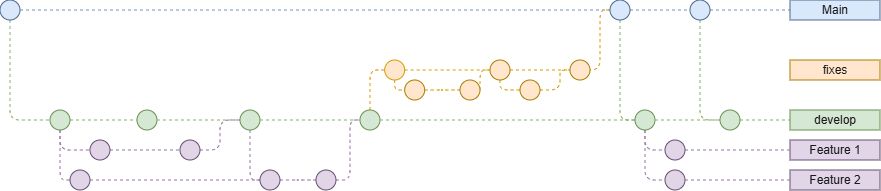
mouadismaili/Rapport_Projet_ZZ2_F2 keeps this draw.io diagram as images/gitnew.png. Above is the earlier version. Source tidied: cells renumbered, new cells last; positions are measured from the earlier drawing's top-left corner, leaving out a move shared by most shapes. The source it was exported from:
```xml
<mxGraphModel>
  <root>
    <mxCell id="0" />
    <mxCell id="1" parent="0" />
    <mxCell id="2" style="endArrow=none;dashed=1;html=1;fillColor=#dae8fc;strokeColor=#6c8ebf;" parent="1" edge="1" source="7" target="5">
      <mxGeometry relative="1" as="geometry" />
    </mxCell>
    <mxCell id="3" style="edgeStyle=orthogonalEdgeStyle;rounded=1;jettySize=auto;html=1;dashed=1;endArrow=none;endFill=0;fillColor=#d5e8d4;strokeColor=#82b366;" parent="1" edge="1" source="4" target="12">
      <mxGeometry relative="1" as="geometry">
        <Array as="points">
          <mxPoint x="10" y="120" />
        </Array>
      </mxGeometry>
    </mxCell>
    <mxCell id="4" style="ellipse;whiteSpace=wrap;html=1;fillColor=#dae8fc;strokeColor=#4E668A;fontStyle=1;labelPosition=center;verticalLabelPosition=top;align=center;verticalAlign=bottom;fontColor=#4E668A;" parent="1" vertex="1">
      <mxGeometry width="20" height="20" as="geometry" />
    </mxCell>
    <mxCell id="5" value="Main" style="text;html=1;strokeColor=#4E668A;fillColor=#dae8fc;align=center;verticalAlign=middle;whiteSpace=wrap;rounded=0;fontColor=#1A1A1A;" parent="1" vertex="1">
      <mxGeometry x="790" width="90" height="20" as="geometry" />
    </mxCell>
    <mxCell id="6" style="edgeStyle=orthogonalEdgeStyle;rounded=1;jettySize=auto;html=1;dashed=1;endArrow=none;endFill=0;fontSize=12;fontColor=#FFB570;fillColor=#d5e8d4;strokeColor=#82b366;entryX=0;entryY=0.5;entryDx=0;entryDy=0;exitX=0.5;exitY=1;exitDx=0;exitDy=0;" parent="1" edge="1" source="7" target="51">
      <mxGeometry relative="1" as="geometry">
        <Array as="points">
          <mxPoint x="700" y="120" />
        </Array>
      </mxGeometry>
    </mxCell>
    <mxCell id="7" style="ellipse;whiteSpace=wrap;html=1;fillColor=#dae8fc;strokeColor=#4E668A;fontStyle=1;labelPosition=center;verticalLabelPosition=top;align=center;verticalAlign=bottom;fontColor=#4E668A;" parent="1" vertex="1">
      <mxGeometry x="690" width="20" height="20" as="geometry" />
    </mxCell>
    <mxCell id="8" style="endArrow=none;dashed=1;html=1;fillColor=#dae8fc;strokeColor=#6c8ebf;" parent="1" edge="1" source="23" target="7">
      <mxGeometry relative="1" as="geometry" />
    </mxCell>
    <mxCell id="9" style="edgeStyle=orthogonalEdgeStyle;rounded=1;jettySize=auto;html=1;dashed=1;endArrow=none;endFill=0;fillColor=#d5e8d4;strokeColor=#82b366;" parent="1" edge="1" source="51" target="13">
      <mxGeometry relative="1" as="geometry" />
    </mxCell>
    <mxCell id="10" style="edgeStyle=orthogonalEdgeStyle;rounded=1;jettySize=auto;html=1;dashed=1;endArrow=none;endFill=0;fontSize=10;fontColor=#FFB570;fillColor=#e1d5e7;strokeColor=#9673a6;" parent="1" edge="1" source="12" target="60">
      <mxGeometry relative="1" as="geometry">
        <Array as="points">
          <mxPoint x="60" y="130" />
        </Array>
      </mxGeometry>
    </mxCell>
    <mxCell id="11" style="edgeStyle=orthogonalEdgeStyle;rounded=1;jettySize=auto;html=1;dashed=1;endArrow=none;endFill=0;fontSize=12;fontColor=#FFB570;fillColor=#e1d5e7;strokeColor=#9673a6;" parent="1" edge="1" source="12" target="34">
      <mxGeometry relative="1" as="geometry">
        <Array as="points">
          <mxPoint x="60" y="180" />
        </Array>
      </mxGeometry>
    </mxCell>
    <mxCell id="12" style="ellipse;whiteSpace=wrap;html=1;fillColor=#d5e8d4;strokeColor=#688F51;" parent="1" vertex="1">
      <mxGeometry x="50" y="110" width="20" height="20" as="geometry" />
    </mxCell>
    <mxCell id="13" value="develop" style="text;html=1;strokeColor=#688F51;fillColor=#d5e8d4;align=center;verticalAlign=middle;whiteSpace=wrap;rounded=0;fontColor=#1A1A1A;" parent="1" vertex="1">
      <mxGeometry x="790" y="110" width="90" height="20" as="geometry" />
    </mxCell>
    <mxCell id="14" style="ellipse;whiteSpace=wrap;html=1;fillColor=#d5e8d4;strokeColor=#688F51;" parent="1" vertex="1">
      <mxGeometry x="137" y="110" width="20" height="20" as="geometry" />
    </mxCell>
    <mxCell id="15" style="edgeStyle=orthogonalEdgeStyle;rounded=1;jettySize=auto;html=1;dashed=1;endArrow=none;endFill=0;fillColor=#d5e8d4;strokeColor=#82b366;" parent="1" edge="1" source="12" target="14">
      <mxGeometry relative="1" as="geometry" />
    </mxCell>
    <mxCell id="16" style="edgeStyle=orthogonalEdgeStyle;rounded=1;jettySize=auto;html=1;dashed=1;endArrow=none;endFill=0;fontSize=12;fontColor=#FFB570;fillColor=#e1d5e7;strokeColor=#9673a6;entryX=0;entryY=0.5;entryDx=0;entryDy=0;" parent="1" edge="1" source="17" target="36">
      <mxGeometry relative="1" as="geometry">
        <Array as="points">
          <mxPoint x="250" y="180" />
        </Array>
      </mxGeometry>
    </mxCell>
    <mxCell id="17" style="ellipse;whiteSpace=wrap;html=1;fillColor=#d5e8d4;strokeColor=#688F51;" parent="1" vertex="1">
      <mxGeometry x="240" y="110" width="20" height="20" as="geometry" />
    </mxCell>
    <mxCell id="18" style="edgeStyle=orthogonalEdgeStyle;rounded=1;jettySize=auto;html=1;dashed=1;endArrow=none;endFill=0;fillColor=#d5e8d4;strokeColor=#82b366;" parent="1" edge="1" source="14" target="17">
      <mxGeometry relative="1" as="geometry" />
    </mxCell>
    <mxCell id="19" style="edgeStyle=orthogonalEdgeStyle;rounded=1;jettySize=auto;html=1;dashed=1;endArrow=none;endFill=0;fontSize=10;fontColor=#FFB570;fillColor=#ffe6cc;strokeColor=#d79b00;" parent="1" edge="1" source="20" target="29">
      <mxGeometry relative="1" as="geometry">
        <Array as="points">
          <mxPoint x="370" y="70" />
        </Array>
      </mxGeometry>
    </mxCell>
    <mxCell id="20" style="ellipse;whiteSpace=wrap;html=1;fillColor=#d5e8d4;strokeColor=#688F51;" parent="1" vertex="1">
      <mxGeometry x="360" y="110" width="20" height="20" as="geometry" />
    </mxCell>
    <mxCell id="21" style="edgeStyle=orthogonalEdgeStyle;rounded=1;jettySize=auto;html=1;dashed=1;endArrow=none;endFill=0;fillColor=#d5e8d4;strokeColor=#82b366;" parent="1" edge="1" source="17" target="20">
      <mxGeometry relative="1" as="geometry" />
    </mxCell>
    <mxCell id="22" style="edgeStyle=orthogonalEdgeStyle;rounded=1;jettySize=auto;html=1;entryX=0;entryY=0.5;entryDx=0;entryDy=0;dashed=1;fillColor=#d5e8d4;strokeColor=#82b366;endArrow=none;endFill=0;" parent="1" edge="1" source="23" target="49">
      <mxGeometry relative="1" as="geometry">
        <Array as="points">
          <mxPoint x="620" y="120" />
        </Array>
      </mxGeometry>
    </mxCell>
    <mxCell id="23" style="ellipse;whiteSpace=wrap;html=1;fillColor=#dae8fc;strokeColor=#4E668A;fontStyle=1;labelPosition=center;verticalLabelPosition=top;align=center;verticalAlign=bottom;fontColor=#4E668A;" parent="1" vertex="1">
      <mxGeometry x="610" width="20" height="20" as="geometry" />
    </mxCell>
    <mxCell id="24" style="endArrow=none;dashed=1;html=1;fillColor=#dae8fc;strokeColor=#6c8ebf;" parent="1" edge="1" source="4" target="23">
      <mxGeometry relative="1" as="geometry" />
    </mxCell>
    <mxCell id="25" style="edgeStyle=orthogonalEdgeStyle;rounded=1;jettySize=auto;html=1;dashed=1;endArrow=none;endFill=0;fontSize=10;fontColor=#FFB570;fillColor=#ffe6cc;strokeColor=#d79b00;" parent="1" edge="1" source="27" target="23">
      <mxGeometry relative="1" as="geometry">
        <Array as="points">
          <mxPoint x="600" y="70" />
          <mxPoint x="600" y="10" />
        </Array>
      </mxGeometry>
    </mxCell>
    <mxCell id="26" style="edgeStyle=orthogonalEdgeStyle;rounded=1;jettySize=auto;html=1;dashed=1;endArrow=none;endFill=0;fontSize=12;fontColor=#FFB570;entryX=0;entryY=0.5;entryDx=0;entryDy=0;fillColor=#ffe6cc;strokeColor=#d79b00;" parent="1" edge="1" source="27" target="54">
      <mxGeometry relative="1" as="geometry">
        <Array as="points">
          <mxPoint x="500" y="90" />
        </Array>
      </mxGeometry>
    </mxCell>
    <mxCell id="27" style="ellipse;whiteSpace=wrap;html=1;fontSize=10;labelPosition=center;verticalLabelPosition=top;align=center;verticalAlign=bottom;fillColor=#ffe6cc;strokeColor=#AB7B00;fontColor=#AB7B00;" parent="1" vertex="1">
      <mxGeometry x="490" y="60" width="20" height="20" as="geometry" />
    </mxCell>
    <mxCell id="28" style="edgeStyle=orthogonalEdgeStyle;rounded=1;jettySize=auto;html=1;dashed=1;endArrow=none;endFill=0;fontSize=10;fontColor=#FFB570;fillColor=#ffe6cc;strokeColor=#d79b00;" parent="1" edge="1" source="29" target="27">
      <mxGeometry relative="1" as="geometry" />
    </mxCell>
    <mxCell id="29" style="ellipse;whiteSpace=wrap;html=1;fontSize=10;labelPosition=center;verticalLabelPosition=top;align=center;verticalAlign=bottom;fillColor=#ffe6cc;strokeColor=#d79b00;fontColor=#AB7B00;" parent="1" vertex="1">
      <mxGeometry x="384.7" y="60" width="20" height="20" as="geometry" />
    </mxCell>
    <mxCell id="30" value="fixes" style="text;html=1;strokeColor=#AB7B00;fillColor=#ffe6cc;align=center;verticalAlign=middle;whiteSpace=wrap;rounded=0;fontSize=12;fontColor=#1A1A1A;" parent="1" vertex="1">
      <mxGeometry x="790" y="60" width="90" height="20" as="geometry" />
    </mxCell>
    <mxCell id="31" style="edgeStyle=orthogonalEdgeStyle;rounded=1;jettySize=auto;html=1;dashed=1;endArrow=none;endFill=0;fontSize=10;fontColor=#FFB570;fillColor=#e1d5e7;strokeColor=#9673a6;" parent="1" edge="1" source="60" target="33">
      <mxGeometry relative="1" as="geometry" />
    </mxCell>
    <mxCell id="32" style="edgeStyle=orthogonalEdgeStyle;rounded=1;jettySize=auto;html=1;dashed=1;endArrow=none;endFill=0;fontSize=10;fontColor=#FFB570;fillColor=#e1d5e7;strokeColor=#9673a6;entryX=0;entryY=0.5;entryDx=0;entryDy=0;" parent="1" edge="1" source="33" target="17">
      <mxGeometry relative="1" as="geometry">
        <Array as="points">
          <mxPoint x="220" y="150" />
          <mxPoint x="220" y="120" />
        </Array>
      </mxGeometry>
    </mxCell>
    <mxCell id="33" style="ellipse;whiteSpace=wrap;html=1;fontSize=10;fillColor=#e1d5e7;strokeColor=#654E70;" parent="1" vertex="1">
      <mxGeometry x="180" y="140" width="20" height="20" as="geometry" />
    </mxCell>
    <mxCell id="34" style="ellipse;whiteSpace=wrap;html=1;fontSize=10;fillColor=#e1d5e7;strokeColor=#654E70;" parent="1" vertex="1">
      <mxGeometry x="70" y="170" width="20" height="20" as="geometry" />
    </mxCell>
    <mxCell id="35" style="edgeStyle=orthogonalEdgeStyle;rounded=1;jettySize=auto;html=1;dashed=1;endArrow=none;endFill=0;fontSize=12;fontColor=#FFB570;fillColor=#e1d5e7;strokeColor=#9673a6;" parent="1" edge="1" source="36" target="38">
      <mxGeometry relative="1" as="geometry" />
    </mxCell>
    <mxCell id="36" style="ellipse;whiteSpace=wrap;html=1;fontSize=10;fillColor=#e1d5e7;strokeColor=#654E70;" parent="1" vertex="1">
      <mxGeometry x="260" y="170" width="20" height="20" as="geometry" />
    </mxCell>
    <mxCell id="37" style="edgeStyle=orthogonalEdgeStyle;rounded=1;jettySize=auto;html=1;dashed=1;endArrow=none;endFill=0;fontSize=12;fontColor=#FFB570;fillColor=#e1d5e7;strokeColor=#9673a6;entryX=0;entryY=0.5;entryDx=0;entryDy=0;" parent="1" edge="1" source="38" target="20">
      <mxGeometry relative="1" as="geometry">
        <Array as="points">
          <mxPoint x="350" y="180" />
          <mxPoint x="350" y="120" />
        </Array>
      </mxGeometry>
    </mxCell>
    <mxCell id="38" style="ellipse;whiteSpace=wrap;html=1;fontSize=10;fillColor=#e1d5e7;strokeColor=#654E70;" parent="1" vertex="1">
      <mxGeometry x="316" y="170" width="20" height="20" as="geometry" />
    </mxCell>
    <mxCell id="39" style="edgeStyle=orthogonalEdgeStyle;rounded=1;jettySize=auto;html=1;dashed=1;endArrow=none;endFill=0;fillColor=#d5e8d4;strokeColor=#82b366;" parent="1" edge="1" source="20" target="49">
      <mxGeometry relative="1" as="geometry" />
    </mxCell>
    <mxCell id="40" value="Feature 1" style="text;html=1;strokeColor=#654E70;fillColor=#e1d5e7;align=center;verticalAlign=middle;whiteSpace=wrap;rounded=0;fontColor=#1A1A1A;" parent="1" vertex="1">
      <mxGeometry x="790" y="140" width="90" height="20" as="geometry" />
    </mxCell>
    <mxCell id="41" value="Feature 2" style="text;html=1;strokeColor=#654E70;fillColor=#e1d5e7;align=center;verticalAlign=middle;whiteSpace=wrap;rounded=0;fontColor=#1A1A1A;" parent="1" vertex="1">
      <mxGeometry x="790" y="170" width="90" height="20" as="geometry" />
    </mxCell>
    <mxCell id="42" style="edgeStyle=orthogonalEdgeStyle;rounded=1;jettySize=auto;html=1;dashed=1;endArrow=none;endFill=0;fontSize=12;fontColor=#FFB570;fillColor=#ffe6cc;strokeColor=#d79b00;" parent="1" edge="1" source="43" target="45">
      <mxGeometry relative="1" as="geometry" />
    </mxCell>
    <mxCell id="43" style="ellipse;whiteSpace=wrap;html=1;fontSize=10;fillColor=#ffe6cc;strokeColor=#AB7B00;" parent="1" vertex="1">
      <mxGeometry x="404.7" y="80" width="20" height="20" as="geometry" />
    </mxCell>
    <mxCell id="44" style="edgeStyle=orthogonalEdgeStyle;rounded=1;jettySize=auto;html=1;dashed=1;endArrow=none;endFill=0;fontSize=12;fontColor=#FFB570;fillColor=#ffe6cc;strokeColor=#d79b00;entryX=0;entryY=0.5;entryDx=0;entryDy=0;" parent="1" edge="1" source="45" target="27">
      <mxGeometry relative="1" as="geometry">
        <Array as="points">
          <mxPoint x="480" y="90" />
          <mxPoint x="480" y="70" />
        </Array>
      </mxGeometry>
    </mxCell>
    <mxCell id="45" style="ellipse;whiteSpace=wrap;html=1;fontSize=10;fillColor=#ffe6cc;strokeColor=#AB7B00;" parent="1" vertex="1">
      <mxGeometry x="460" y="80" width="20" height="20" as="geometry" />
    </mxCell>
    <mxCell id="46" style="edgeStyle=orthogonalEdgeStyle;rounded=1;jettySize=auto;html=1;dashed=1;endArrow=none;endFill=0;fontSize=12;fontColor=#FFB570;fillColor=#ffe6cc;strokeColor=#d79b00;" parent="1" edge="1" source="29" target="43">
      <mxGeometry relative="1" as="geometry">
        <Array as="points">
          <mxPoint x="395" y="90" />
        </Array>
      </mxGeometry>
    </mxCell>
    <mxCell id="47" style="edgeStyle=orthogonalEdgeStyle;rounded=1;jettySize=auto;html=1;dashed=1;endArrow=none;endFill=0;fontSize=12;fontColor=#FFB570;fillColor=#e1d5e7;strokeColor=#9673a6;" parent="1" edge="1" source="49" target="57">
      <mxGeometry relative="1" as="geometry">
        <Array as="points">
          <mxPoint x="645" y="150" />
        </Array>
      </mxGeometry>
    </mxCell>
    <mxCell id="48" style="edgeStyle=orthogonalEdgeStyle;rounded=1;jettySize=auto;html=1;dashed=1;endArrow=none;endFill=0;fontSize=12;fontColor=#FFB570;fillColor=#e1d5e7;strokeColor=#9673a6;" parent="1" edge="1" source="49" target="59">
      <mxGeometry relative="1" as="geometry">
        <Array as="points">
          <mxPoint x="645" y="180" />
        </Array>
      </mxGeometry>
    </mxCell>
    <mxCell id="49" style="ellipse;whiteSpace=wrap;html=1;fontSize=10;fillColor=#d5e8d4;strokeColor=#688F51;" parent="1" vertex="1">
      <mxGeometry x="635" y="110" width="20" height="20" as="geometry" />
    </mxCell>
    <mxCell id="50" style="edgeStyle=orthogonalEdgeStyle;rounded=1;jettySize=auto;html=1;dashed=1;endArrow=none;endFill=0;fontSize=12;fontColor=#FFB570;fillColor=#e1d5e7;strokeColor=#9673a6;" parent="1" edge="1" source="34" target="36">
      <mxGeometry relative="1" as="geometry" />
    </mxCell>
    <mxCell id="51" style="ellipse;whiteSpace=wrap;html=1;fontSize=12;fillColor=#d5e8d4;strokeColor=#688F51;" parent="1" vertex="1">
      <mxGeometry x="720" y="110" width="20" height="20" as="geometry" />
    </mxCell>
    <mxCell id="52" style="edgeStyle=orthogonalEdgeStyle;rounded=1;jettySize=auto;html=1;dashed=1;endArrow=none;endFill=0;fillColor=#d5e8d4;strokeColor=#82b366;" parent="1" edge="1" source="49" target="51">
      <mxGeometry relative="1" as="geometry" />
    </mxCell>
    <mxCell id="53" style="edgeStyle=orthogonalEdgeStyle;rounded=1;jettySize=auto;html=1;entryX=0;entryY=0.5;entryDx=0;entryDy=0;dashed=1;endArrow=none;endFill=0;fontSize=12;fontColor=#FFB570;fillColor=#ffe6cc;strokeColor=#d79b00;" parent="1" edge="1" source="54" target="55">
      <mxGeometry relative="1" as="geometry" />
    </mxCell>
    <mxCell id="54" style="ellipse;whiteSpace=wrap;html=1;fontSize=10;fillColor=#ffe6cc;strokeColor=#AB7B00;" parent="1" vertex="1">
      <mxGeometry x="520" y="80" width="20" height="20" as="geometry" />
    </mxCell>
    <mxCell id="55" style="ellipse;whiteSpace=wrap;html=1;fontSize=10;fillColor=#ffe6cc;strokeColor=#AB7B00;labelPosition=center;verticalLabelPosition=top;align=center;verticalAlign=bottom;fontColor=#AB7B00;" parent="1" vertex="1">
      <mxGeometry x="570" y="60" width="20" height="20" as="geometry" />
    </mxCell>
    <mxCell id="56" style="edgeStyle=orthogonalEdgeStyle;rounded=1;jettySize=auto;html=1;dashed=1;endArrow=none;endFill=0;fontSize=12;fontColor=#FFB570;fillColor=#e1d5e7;strokeColor=#9673a6;" parent="1" edge="1" source="57" target="40">
      <mxGeometry relative="1" as="geometry" />
    </mxCell>
    <mxCell id="57" style="ellipse;whiteSpace=wrap;html=1;fontSize=12;fillColor=#e1d5e7;strokeColor=#654E70;" parent="1" vertex="1">
      <mxGeometry x="665" y="140" width="20" height="20" as="geometry" />
    </mxCell>
    <mxCell id="58" style="edgeStyle=orthogonalEdgeStyle;rounded=1;jettySize=auto;html=1;dashed=1;endArrow=none;endFill=0;fontSize=12;fontColor=#FFB570;fillColor=#e1d5e7;strokeColor=#9673a6;" parent="1" edge="1" source="59" target="41">
      <mxGeometry relative="1" as="geometry" />
    </mxCell>
    <mxCell id="59" style="ellipse;whiteSpace=wrap;html=1;fontSize=12;fillColor=#e1d5e7;strokeColor=#654E70;" parent="1" vertex="1">
      <mxGeometry x="665" y="170" width="20" height="20" as="geometry" />
    </mxCell>
    <mxCell id="60" style="ellipse;whiteSpace=wrap;html=1;fontSize=10;fillColor=#e1d5e7;strokeColor=#654E70;" parent="1" vertex="1">
      <mxGeometry x="90" y="140" width="20" height="20" as="geometry" />
    </mxCell>
  </root>
</mxGraphModel>
```
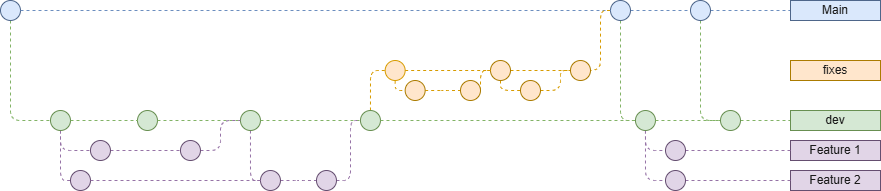
After the commit.

Commit message:
git develop to deev

Diff of the diagram source:
```diff
@@ -51,7 +51,7 @@
     <mxCell id="12" style="ellipse;whiteSpace=wrap;html=1;fillColor=#d5e8d4;strokeColor=#688F51;" parent="1" vertex="1">
       <mxGeometry x="50" y="110" width="20" height="20" as="geometry" />
     </mxCell>
-    <mxCell id="13" value="develop" style="text;html=1;strokeColor=#688F51;fillColor=#d5e8d4;align=center;verticalAlign=middle;whiteSpace=wrap;rounded=0;fontColor=#1A1A1A;" parent="1" vertex="1">
+    <mxCell id="13" value="dev" style="text;html=1;strokeColor=#688F51;fillColor=#d5e8d4;align=center;verticalAlign=middle;whiteSpace=wrap;rounded=0;fontColor=#1A1A1A;" parent="1" vertex="1">
       <mxGeometry x="790" y="110" width="90" height="20" as="geometry" />
     </mxCell>
     <mxCell id="14" style="ellipse;whiteSpace=wrap;html=1;fillColor=#d5e8d4;strokeColor=#688F51;" parent="1" vertex="1">
```
